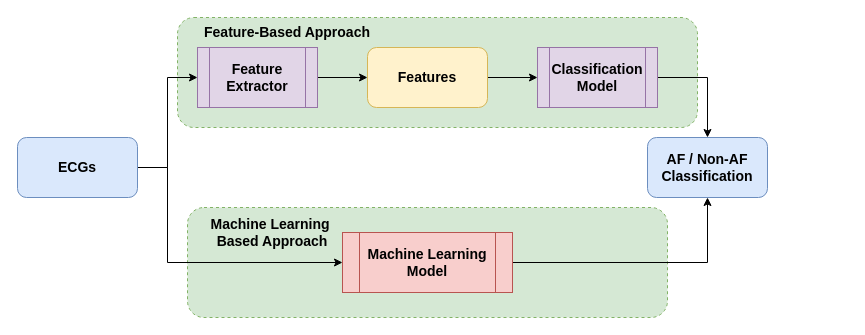
Earlier version of the draw.io diagram model-pipeline.drawio (kellydingzx/drawio). Source tidied: cells renumbered, new cells numbered last; positions are measured from the earlier drawing's top-left corner, leaving out a move shared by most shapes. Both pictures are drawn from the tidied source at 100%, with x=0, y=0 at pixel (17, 17).
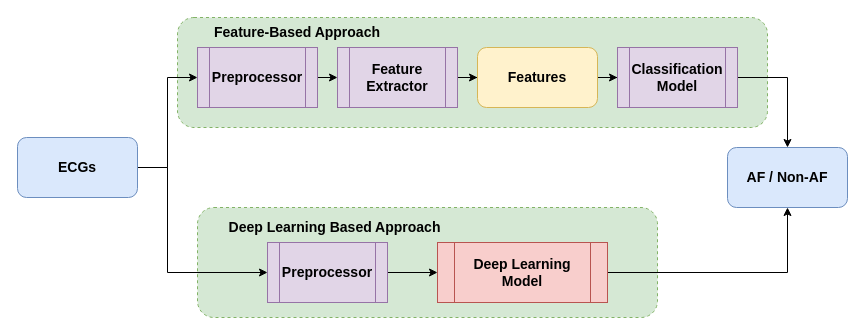
The same page after the edit.

The change refers to these unchanged cells:
```xml
<mxCell id="6" value="ECGs" style="rounded=1;whiteSpace=wrap;html=1;fillColor=#dae8fc;strokeColor=#6c8ebf;fontStyle=1;fontSize=14;" parent="1" vertex="1">
  <mxGeometry y="120" width="120" height="60" as="geometry" />
</mxCell>
```

What changed in the source:
```diff
@@
     <mxCell id="2" style="rounded=1;whiteSpace=wrap;html=1;fillColor=#d5e8d4;strokeColor=#82b366;dashed=1;" parent="1" vertex="1">
-      <mxGeometry x="170" y="190" width="480" height="110" as="geometry" />
+      <mxGeometry x="180" y="190" width="460" height="110" as="geometry" />
     </mxCell>
     <mxCell id="3" style="rounded=1;whiteSpace=wrap;html=1;fillColor=#d5e8d4;strokeColor=#82b366;dashed=1;" parent="1" vertex="1">
-      <mxGeometry x="160" width="520" height="110" as="geometry" />
+      <mxGeometry x="160" width="590" height="110" as="geometry" />
     </mxCell>
-    <mxCell id="4" style="edgeStyle=orthogonalEdgeStyle;rounded=0;jettySize=auto;html=1;entryX=0;entryY=0.5;entryDx=0;entryDy=0;fontStyle=1;fontSize=14;" parent="1" edge="1" source="6" target="8">
+    <mxCell id="4" style="edgeStyle=orthogonalEdgeStyle;rounded=0;jettySize=auto;html=1;fontStyle=1;fontSize=14;exitX=1;exitY=0.5;exitDx=0;exitDy=0;entryX=0;entryY=0.5;entryDx=0;entryDy=0;" parent="1" edge="1" source="6" target="22">
       <mxGeometry relative="1" as="geometry" />
     </mxCell>
-    <mxCell id="5" style="edgeStyle=orthogonalEdgeStyle;rounded=0;jettySize=auto;html=1;entryX=0;entryY=0.5;entryDx=0;entryDy=0;exitX=1;exitY=0.5;exitDx=0;exitDy=0;fontStyle=1;fontSize=14;" parent="1" edge="1" source="6" target="10">
-      <mxGeometry relative="1" as="geometry">
-        <Array as="points">
-          <mxPoint x="150" y="150" />
-          <mxPoint x="150" y="245" />
-        </Array>
-      </mxGeometry>
-    </mxCell>
+    <mxCell id="18" style="edgeStyle=orthogonalEdgeStyle;rounded=0;jettySize=auto;html=1;entryX=0;entryY=0.5;entryDx=0;entryDy=0;" parent="1" edge="1" source="6" target="20">
+      <mxGeometry relative="1" as="geometry">
+        <Array as="points">
+          <mxPoint x="150" y="150" />
+          <mxPoint x="150" y="255" />
+        </Array>
+      </mxGeometry>
+    </mxCell>
@@
     <mxCell id="8" value="Feature Extractor" style="shape=process;whiteSpace=wrap;html=1;backgroundOutline=1;fillColor=#e1d5e7;strokeColor=#9673a6;fontStyle=1;fontSize=14;" parent="1" vertex="1">
-      <mxGeometry x="180" y="30" width="120" height="60" as="geometry" />
+      <mxGeometry x="320" y="30" width="120" height="60" as="geometry" />
     </mxCell>
@@
-    <mxCell id="10" value="Machine Learning Model" style="shape=process;whiteSpace=wrap;html=1;backgroundOutline=1;fillColor=#f8cecc;strokeColor=#b85450;fontStyle=1;fontSize=14;" parent="1" vertex="1">
-      <mxGeometry x="325" y="215" width="170" height="60" as="geometry" />
+    <mxCell id="10" value="Deep Learning Model" style="shape=process;whiteSpace=wrap;html=1;backgroundOutline=1;fillColor=#f8cecc;strokeColor=#b85450;fontStyle=1;fontSize=14;" parent="1" vertex="1">
+      <mxGeometry x="420" y="225" width="170" height="60" as="geometry" />
     </mxCell>
@@
     <mxCell id="12" value="Features" style="rounded=1;whiteSpace=wrap;html=1;fillColor=#fff2cc;strokeColor=#d6b656;fontStyle=1;fontSize=14;" parent="1" vertex="1">
-      <mxGeometry x="350" y="30" width="120" height="60" as="geometry" />
+      <mxGeometry x="460" y="30" width="120" height="60" as="geometry" />
     </mxCell>
-    <mxCell id="13" style="edgeStyle=orthogonalEdgeStyle;rounded=0;jettySize=auto;html=1;entryX=0.5;entryY=0;entryDx=0;entryDy=0;fontStyle=1;fontSize=14;" parent="1" edge="1" source="14" target="15">
+    <mxCell id="13" style="edgeStyle=orthogonalEdgeStyle;rounded=0;jettySize=auto;html=1;entryX=0.5;entryY=0;entryDx=0;entryDy=0;fontStyle=1;fontSize=14;exitX=1;exitY=0.5;exitDx=0;exitDy=0;" parent="1" edge="1" source="14" target="15">
       <mxGeometry relative="1" as="geometry">
         <Array as="points">
-          <mxPoint x="690" y="60" />
+          <mxPoint x="770" y="60" />
         </Array>
       </mxGeometry>
     </mxCell>
     <mxCell id="14" value="Classification Model" style="shape=process;whiteSpace=wrap;html=1;backgroundOutline=1;fillColor=#e1d5e7;strokeColor=#9673a6;fontStyle=1;fontSize=14;" parent="1" vertex="1">
-      <mxGeometry x="520" y="30" width="120" height="60" as="geometry" />
+      <mxGeometry x="600" y="30" width="120" height="60" as="geometry" />
     </mxCell>
-    <mxCell id="15" value="AF / Non-AF&lt;div&gt;Classification&lt;/div&gt;" style="rounded=1;whiteSpace=wrap;html=1;fillColor=#dae8fc;strokeColor=#6c8ebf;fontStyle=1;fontSize=14;" parent="1" vertex="1">
-      <mxGeometry x="630" y="120" width="120" height="60" as="geometry" />
+    <mxCell id="15" value="AF / Non-AF" style="rounded=1;whiteSpace=wrap;html=1;fillColor=#dae8fc;strokeColor=#6c8ebf;fontStyle=1;fontSize=14;" parent="1" vertex="1">
+      <mxGeometry x="710" y="130" width="120" height="60" as="geometry" />
     </mxCell>
     <mxCell id="16" value="Feature-Based Approach" style="text;html=1;whiteSpace=wrap;strokeColor=none;fillColor=none;align=center;verticalAlign=middle;rounded=0;fontSize=14;fontStyle=1;" parent="1" vertex="1">
-      <mxGeometry x="170" width="200" height="30" as="geometry" />
+      <mxGeometry x="180" width="200" height="30" as="geometry" />
     </mxCell>
-    <mxCell id="17" value="Machine Learning&amp;nbsp;&lt;div&gt;Based Approach&lt;/div&gt;" style="text;html=1;whiteSpace=wrap;strokeColor=none;fillColor=none;align=center;verticalAlign=middle;rounded=0;fontSize=14;fontStyle=1;" parent="1" vertex="1">
-      <mxGeometry x="185" y="200" width="140" height="30" as="geometry" />
+    <mxCell id="17" value="Deep Learning&amp;nbsp;&lt;span style=&quot;background-color: transparent; color: light-dark(rgb(0, 0, 0), rgb(255, 255, 255));&quot;&gt;Based Approach&lt;/span&gt;" style="text;html=1;whiteSpace=wrap;strokeColor=none;fillColor=none;align=center;verticalAlign=middle;rounded=0;fontSize=14;fontStyle=1;" parent="1" vertex="1">
+      <mxGeometry x="195" y="195" width="245" height="30" as="geometry" />
     </mxCell>
+    <mxCell id="19" style="edgeStyle=orthogonalEdgeStyle;rounded=0;jettySize=auto;html=1;" parent="1" edge="1" source="20" target="10">
+      <mxGeometry relative="1" as="geometry" />
+    </mxCell>
+    <mxCell id="20" value="Preprocessor" style="shape=process;whiteSpace=wrap;html=1;backgroundOutline=1;fillColor=#e1d5e7;strokeColor=#9673a6;fontSize=14;fontStyle=1;" parent="1" vertex="1">
+      <mxGeometry x="250" y="225" width="120" height="60" as="geometry" />
+    </mxCell>
+    <mxCell id="21" style="edgeStyle=orthogonalEdgeStyle;rounded=0;jettySize=auto;html=1;exitX=1;exitY=0.5;exitDx=0;exitDy=0;entryX=0;entryY=0.5;entryDx=0;entryDy=0;" parent="1" edge="1" source="22" target="8">
+      <mxGeometry relative="1" as="geometry" />
+    </mxCell>
+    <mxCell id="22" value="Preprocessor" style="shape=process;whiteSpace=wrap;html=1;backgroundOutline=1;fillColor=#e1d5e7;strokeColor=#9673a6;fontSize=14;fontStyle=1;" parent="1" vertex="1">
+      <mxGeometry x="180" y="30" width="120" height="60" as="geometry" />
+    </mxCell>
```
